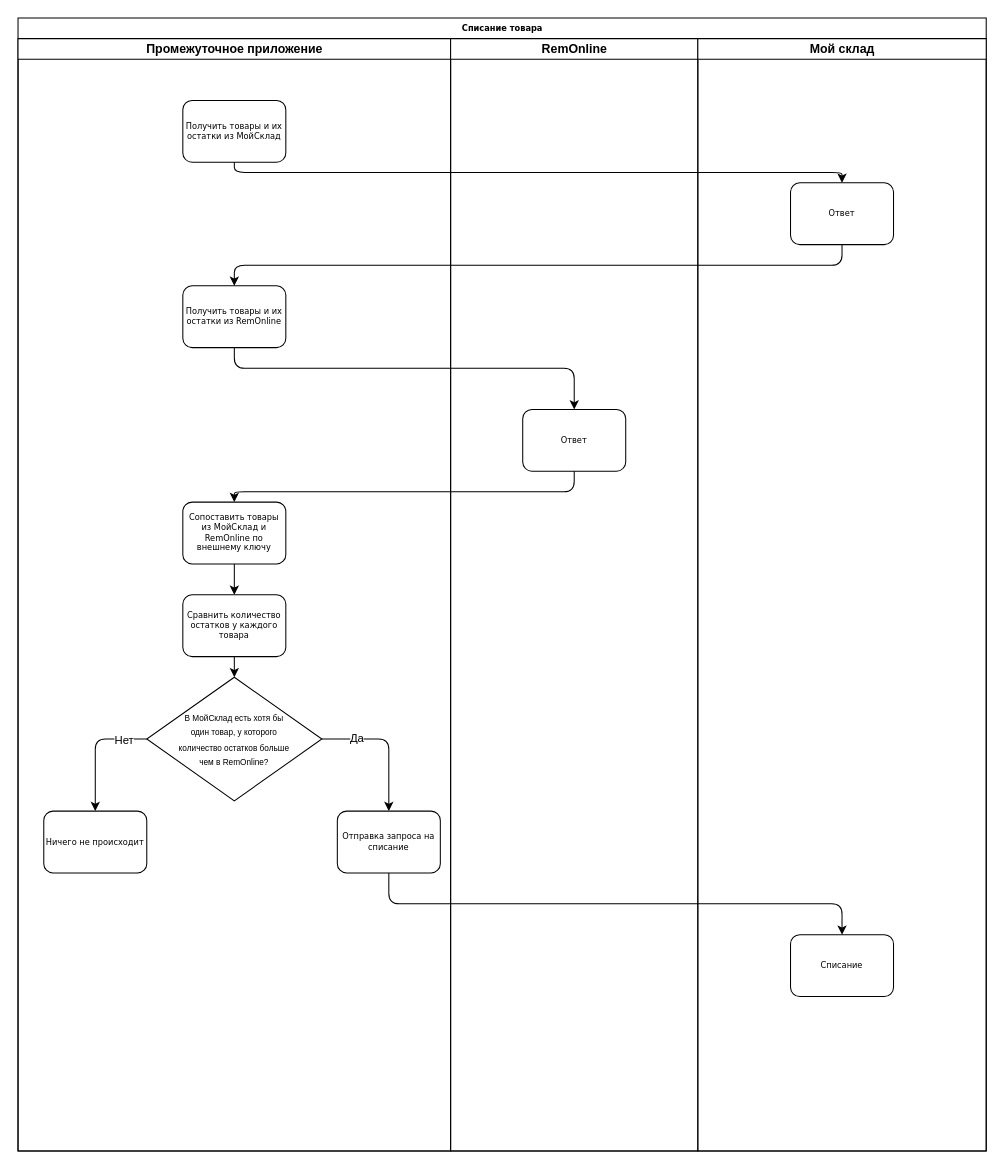
Above: oneservicestore.ru/MoySkladRemOnlineIntegration.drawio in sibcodeteam/projects-drawio (draw.io), before the change. Source tidied: cells renumbered, new cells numbered last; positions are measured from the earlier drawing's top-left corner, leaving out a move shared by most shapes. Both pictures are drawn from the tidied source at 103%, with x=0, y=0 at pixel (18, 18).
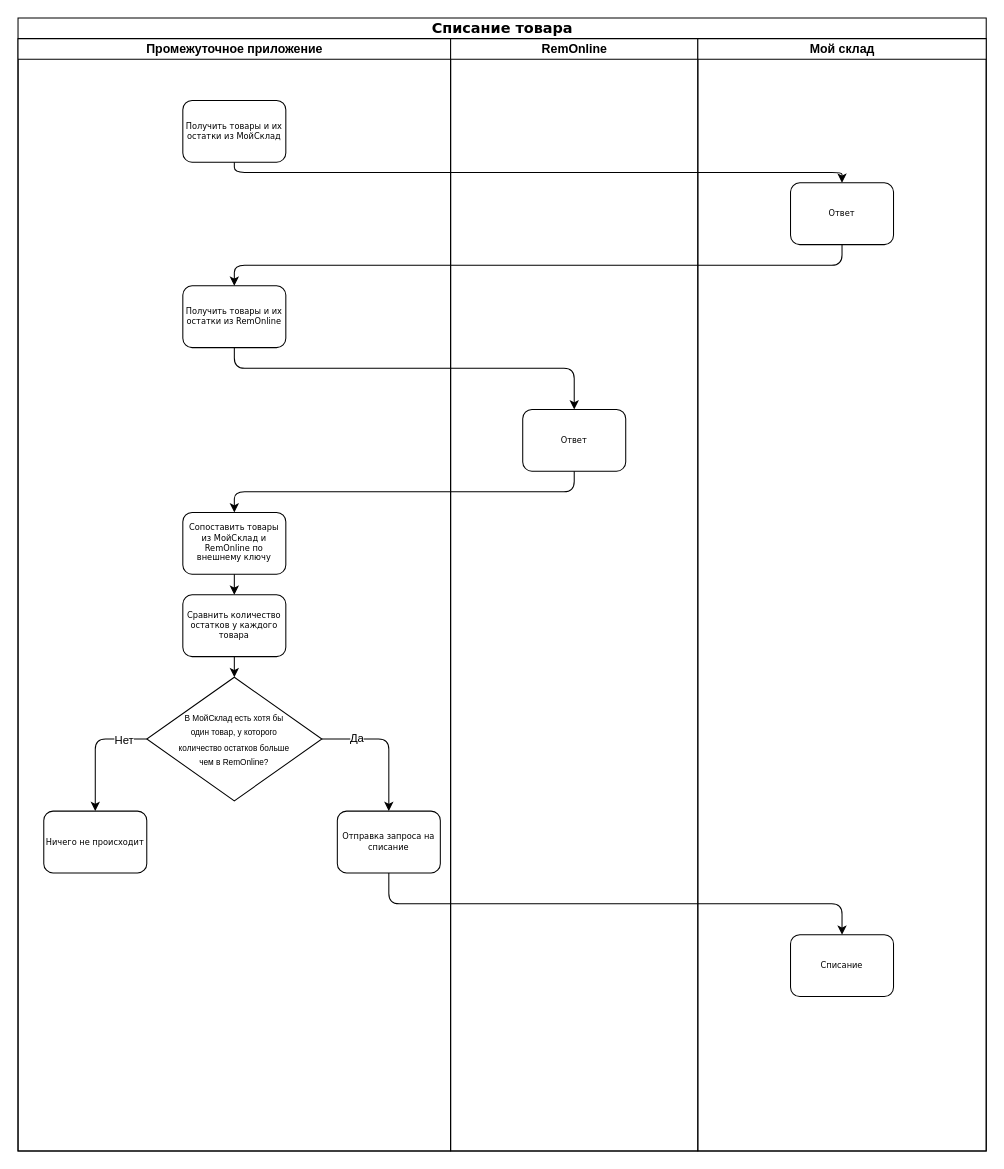
The same diagram, later.

Unchanged cells that the change refers to:
```xml
<mxCell id="3" value="Промежуточное приложение" style="swimlane;html=1;startSize=20;" parent="2" vertex="1">
  <mxGeometry y="20" width="420" height="1080" as="geometry" />
</mxCell>
```

Change to the diagram source:
```diff
@@
-    <mxCell id="2" value="Списание товара" style="swimlane;html=1;startSize=20;rounded=0;shadow=0;labelBackgroundColor=none;strokeWidth=1;fontFamily=Verdana;fontSize=8;align=center;" parent="1" vertex="1">
+    <mxCell id="2" value="&lt;font style=&quot;font-size: 14px;&quot;&gt;Списание товара&lt;/font&gt;" style="swimlane;html=1;startSize=20;rounded=0;shadow=0;labelBackgroundColor=none;strokeWidth=1;fontFamily=Verdana;fontSize=8;align=center;" parent="1" vertex="1">
       <mxGeometry width="940" height="1100" as="geometry" />
     </mxCell>
@@
     <mxCell id="6" value="Сопоставить товары из МойСклад и RemOnline по внешнему ключу" style="rounded=1;whiteSpace=wrap;html=1;shadow=0;labelBackgroundColor=none;strokeWidth=1;fontFamily=Verdana;fontSize=8;align=center;" parent="3" vertex="1">
-      <mxGeometry x="160" y="450" width="100" height="60" as="geometry" />
+      <mxGeometry x="160" y="460" width="100" height="60" as="geometry" />
     </mxCell>
```
